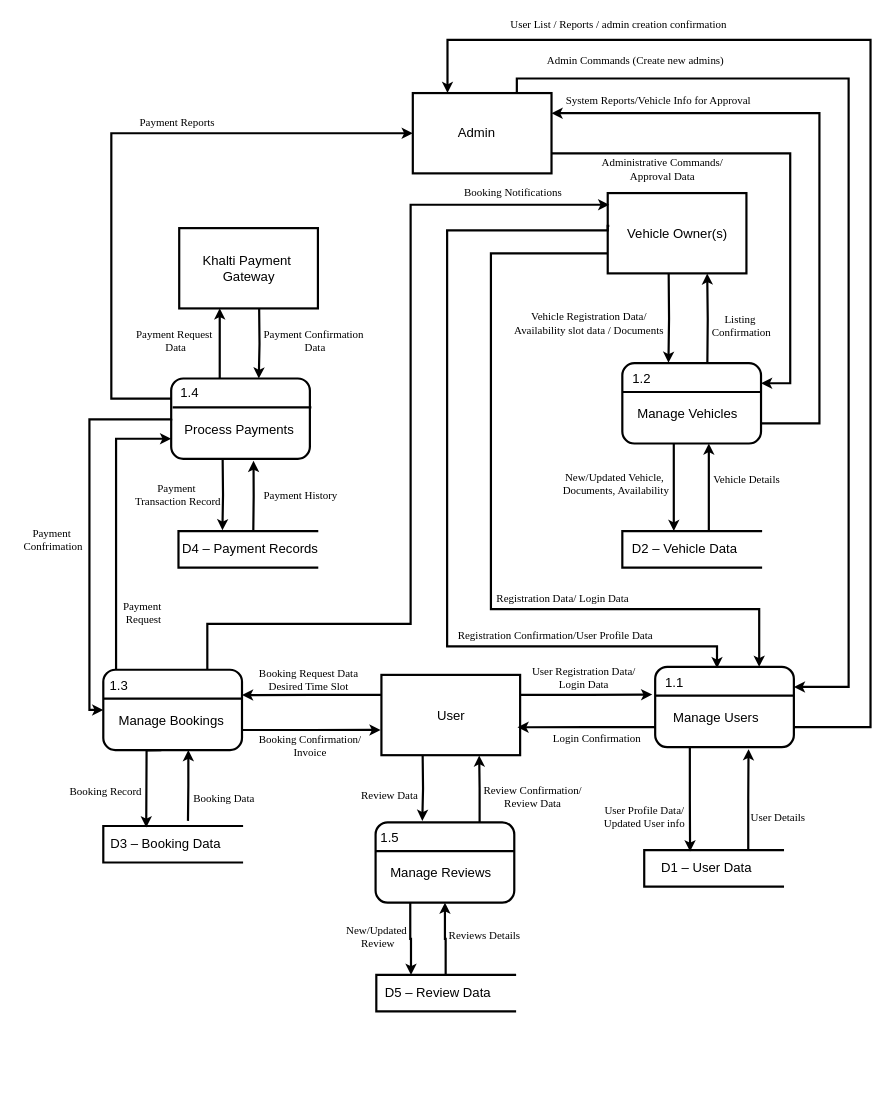
nischal108/RentWheels-4th-sem-project keeps this draw.io diagram as page "Level 0" (2 of 3) of DFD.drawio. Above is the earlier version. Source tidied: cells renumbered, new cells numbered last; positions are measured from the earlier drawing's top-left corner, leaving out a move shared by most shapes. Both pictures are drawn from the tidied source at 73%, with x=0, y=0 at pixel (16, 12).
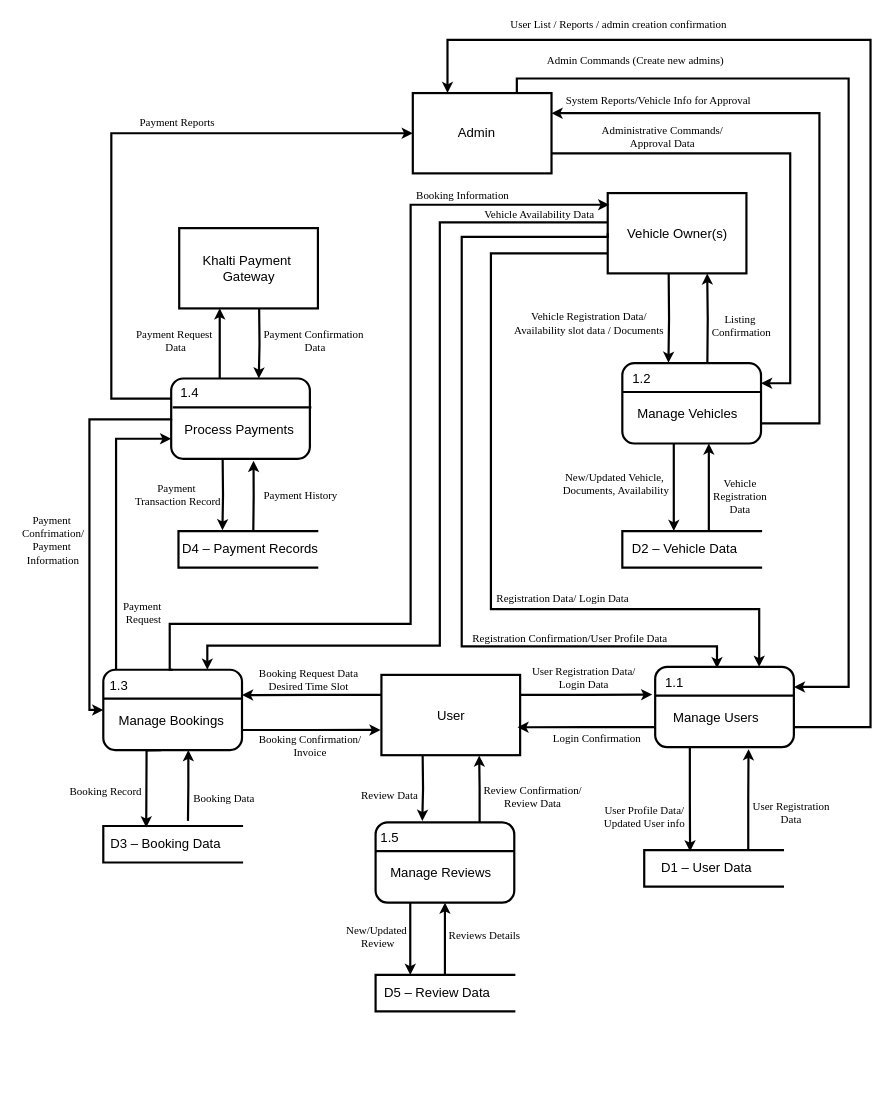
The same diagram, later.

Unchanged cells that the change refers to:
```xml
<mxCell id="13" style="rounded=1;whiteSpace=wrap;html=3;strokeColor=light-dark(#000000,#FFFFFF);strokeWidth=3;" parent="12" vertex="1">
  <mxGeometry width="190" height="110" as="geometry" />
</mxCell>
<mxCell id="41" style="rounded=0;whiteSpace=wrap;html=3;strokeColor=light-dark(#000000,#FFFFFF);strokeWidth=3;" parent="40" vertex="1">
  <mxGeometry width="190" height="110" as="geometry" />
</mxCell>
```

Diff of the diagram source:
```diff
@@
-    <mxCell id="51" value="&lt;font face=&quot;Times New Roman&quot;&gt;&lt;span style=&quot;font-size: 15px;&quot;&gt;User Details&lt;/span&gt;&lt;/font&gt;" style="text;html=1;align=center;verticalAlign=middle;strokeColor=none;fillColor=none;strokeWidth=1;" parent="1" vertex="1">
-      <mxGeometry x="993" y="1086" width="100" height="30" as="geometry" />
+    <mxCell id="51" value="&lt;font face=&quot;Times New Roman&quot;&gt;&lt;span style=&quot;font-size: 15px;&quot;&gt;User Registration&lt;/span&gt;&lt;/font&gt;&lt;div&gt;&lt;font face=&quot;Times New Roman&quot;&gt;&lt;span style=&quot;font-size: 15px;&quot;&gt;Data&lt;/span&gt;&lt;/font&gt;&lt;/div&gt;" style="text;html=1;align=center;verticalAlign=middle;strokeColor=none;fillColor=none;strokeWidth=1;" parent="1" vertex="1">
+      <mxGeometry x="996" y="1071" width="130" height="50" as="geometry" />
     </mxCell>
@@
     <mxCell id="73" value="&lt;font face=&quot;Times New Roman&quot; style=&quot;forced-color-adjust: none; color: rgb(0, 0, 0); font-size: 12px; font-style: normal; font-variant-ligatures: normal; font-variant-caps: normal; font-weight: 400; letter-spacing: normal; orphans: 2; text-align: center; text-indent: 0px; text-transform: none; widows: 2; word-spacing: 0px; -webkit-text-stroke-width: 0px; white-space: nowrap; background-color: rgb(255, 255, 255); text-decoration-thickness: initial; text-decoration-style: initial; text-decoration-color: initial;&quot;&gt;&lt;span style=&quot;forced-color-adjust: none; font-size: 15px;&quot;&gt;Administrative Commands/&lt;/span&gt;&lt;/font&gt;&lt;div style=&quot;forced-color-adjust: none; color: rgb(0, 0, 0); font-family: Helvetica; font-size: 12px; font-style: normal; font-variant-ligatures: normal; font-variant-caps: normal; font-weight: 400; letter-spacing: normal; orphans: 2; text-align: center; text-indent: 0px; text-transform: none; widows: 2; word-spacing: 0px; -webkit-text-stroke-width: 0px; white-space: nowrap; background-color: rgb(255, 255, 255); text-decoration-thickness: initial; text-decoration-style: initial; text-decoration-color: initial;&quot;&gt;&lt;font face=&quot;Times New Roman&quot; style=&quot;forced-color-adjust: none;&quot;&gt;&lt;span style=&quot;forced-color-adjust: none; font-size: 15px;&quot;&gt;Approval Data&lt;/span&gt;&lt;/font&gt;&lt;/div&gt;" style="text;whiteSpace=wrap;html=1;" parent="1" vertex="1">
-      <mxGeometry x="800" y="190" width="200" height="60" as="geometry" />
+      <mxGeometry x="800" y="146" width="200" height="60" as="geometry" />
     </mxCell>
@@
-    <mxCell id="79" value="&lt;font face=&quot;Times New Roman&quot;&gt;&lt;span style=&quot;font-size: 15px;&quot;&gt;Vehicle Details&lt;/span&gt;&lt;/font&gt;" style="text;html=1;align=center;verticalAlign=middle;strokeColor=none;fillColor=none;strokeWidth=1;" parent="1" vertex="1">
-      <mxGeometry x="945" y="624" width="110" height="30" as="geometry" />
+    <mxCell id="79" value="&lt;font face=&quot;Times New Roman&quot;&gt;&lt;span style=&quot;font-size: 15px;&quot;&gt;Vehicle&lt;/span&gt;&lt;/font&gt;&lt;div&gt;&lt;font face=&quot;Times New Roman&quot;&gt;&lt;span style=&quot;font-size: 15px;&quot;&gt;Registration&lt;/span&gt;&lt;/font&gt;&lt;/div&gt;&lt;div&gt;&lt;font face=&quot;Times New Roman&quot;&gt;&lt;span style=&quot;font-size: 15px;&quot;&gt;Data&lt;/span&gt;&lt;/font&gt;&lt;/div&gt;" style="text;html=1;align=center;verticalAlign=middle;strokeColor=none;fillColor=none;strokeWidth=1;" parent="1" vertex="1">
+      <mxGeometry x="941" y="627" width="100" height="70" as="geometry" />
     </mxCell>
@@
-    <mxCell id="82" value="&lt;font face=&quot;Times New Roman&quot;&gt;&lt;span style=&quot;font-size: 15px;&quot;&gt;Payment&amp;nbsp;&lt;/span&gt;&lt;/font&gt;&lt;div&gt;&lt;font face=&quot;Times New Roman&quot;&gt;&lt;span style=&quot;font-size: 15px;&quot;&gt;Confrimation&lt;/span&gt;&lt;/font&gt;&lt;/div&gt;" style="text;html=1;align=center;verticalAlign=middle;strokeColor=none;fillColor=none;strokeWidth=1;" parent="1" vertex="1">
-      <mxGeometry y="697" width="100" height="50" as="geometry" />
+    <mxCell id="82" value="&lt;font face=&quot;Times New Roman&quot;&gt;&lt;span style=&quot;font-size: 15px;&quot;&gt;Payment&amp;nbsp;&lt;/span&gt;&lt;/font&gt;&lt;div&gt;&lt;font face=&quot;Times New Roman&quot;&gt;&lt;span style=&quot;font-size: 15px;&quot;&gt;Confrimation/&lt;/span&gt;&lt;/font&gt;&lt;/div&gt;&lt;div&gt;&lt;font face=&quot;Times New Roman&quot;&gt;&lt;span style=&quot;font-size: 15px;&quot;&gt;Payment&amp;nbsp;&lt;/span&gt;&lt;/font&gt;&lt;/div&gt;&lt;div&gt;&lt;font face=&quot;Times New Roman&quot;&gt;&lt;span style=&quot;font-size: 15px;&quot;&gt;Information&lt;/span&gt;&lt;/font&gt;&lt;/div&gt;" style="text;html=1;align=center;verticalAlign=middle;strokeColor=none;fillColor=none;strokeWidth=1;" parent="1" vertex="1">
+      <mxGeometry x="-5" y="677" width="110" height="90" as="geometry" />
     </mxCell>
@@
     <mxCell id="89" style="group;" parent="1" vertex="1">
-      <mxGeometry x="494" y="1367" width="270" height="110" as="geometry" />
+      <mxGeometry x="493" y="1367" width="270" height="110" as="geometry" />
     </mxCell>
@@
-    <mxCell id="94" style="edgeStyle=orthogonalEdgeStyle;rounded=0;orthogonalLoop=1;jettySize=auto;html=1;exitX=0.011;exitY=0.4;exitDx=0;exitDy=0;entryX=0.446;entryY=0.009;entryDx=0;entryDy=0;entryPerimeter=0;strokeWidth=3;exitPerimeter=0;" parent="1" edge="1">
+    <mxCell id="94" style="edgeStyle=orthogonalEdgeStyle;rounded=0;jettySize=auto;html=1;entryX=0.446;entryY=0.009;entryDx=0;entryDy=0;entryPerimeter=0;strokeWidth=3;exitX=0;exitY=0.5;exitDx=0;exitDy=0;" parent="1" edge="1" source="41">
       <mxGeometry relative="1" as="geometry">
-        <mxPoint x="812.1" y="292" as="sourcePoint" />
         <mxPoint x="959.7" y="898" as="targetPoint" />
         <Array as="points">
-          <mxPoint x="810" y="298" />
-          <mxPoint x="590" y="298" />
-          <mxPoint x="590" y="868" />
+          <mxPoint x="810" y="307" />
+          <mxPoint x="610" y="307" />
+          <mxPoint x="610" y="868" />
           <mxPoint x="960" y="868" />
         </Array>
       </mxGeometry>
     </mxCell>
     <mxCell id="95" value="&lt;font face=&quot;Times New Roman&quot;&gt;&lt;span style=&quot;font-size: 15px;&quot;&gt;Registration Confirmation/User Profile Data&lt;/span&gt;&lt;/font&gt;" style="text;html=1;align=center;verticalAlign=middle;strokeColor=none;fillColor=none;strokeWidth=1;" parent="1" vertex="1">
-      <mxGeometry x="593" y="837" width="290" height="30" as="geometry" />
+      <mxGeometry x="613" y="841" width="290" height="30" as="geometry" />
     </mxCell>
@@
     <mxCell id="99" value="&lt;div style=&quot;text-align: center;&quot;&gt;&lt;font face=&quot;Times New Roman&quot;&gt;&lt;span style=&quot;font-size: 15px; text-wrap-mode: nowrap;&quot;&gt;Admin Commands (Create new admins)&lt;/span&gt;&lt;/font&gt;&lt;/div&gt;" style="text;whiteSpace=wrap;html=1;" parent="1" vertex="1">
-      <mxGeometry x="725" y="50" width="200" height="60" as="geometry" />
+      <mxGeometry x="725" y="50" width="255" height="60" as="geometry" />
     </mxCell>
@@
     <mxCell id="101" value="&lt;div style=&quot;text-align: center;&quot;&gt;&lt;font face=&quot;Times New Roman&quot;&gt;&lt;span style=&quot;font-size: 15px; text-wrap-mode: nowrap;&quot;&gt;User List / Reports / admin creation confirmation&lt;/span&gt;&lt;/font&gt;&lt;/div&gt;" style="text;whiteSpace=wrap;html=1;" parent="1" vertex="1">
-      <mxGeometry x="675" width="200" height="60" as="geometry" />
+      <mxGeometry x="675" width="315" height="60" as="geometry" />
     </mxCell>
-    <mxCell id="102" style="edgeStyle=orthogonalEdgeStyle;rounded=0;jettySize=auto;html=1;exitX=0.75;exitY=0;exitDx=0;exitDy=0;entryX=0.011;entryY=0.145;entryDx=0;entryDy=0;strokeWidth=3;entryPerimeter=0;" parent="1" edge="1" source="13" target="41">
+    <mxCell id="102" style="edgeStyle=orthogonalEdgeStyle;rounded=0;jettySize=auto;html=1;exitX=0.5;exitY=0;exitDx=0;exitDy=0;entryX=0.011;entryY=0.145;entryDx=0;entryDy=0;strokeWidth=3;entryPerimeter=0;" parent="1" edge="1" source="13" target="41">
       <mxGeometry relative="1" as="geometry">
         <Array as="points">
-          <mxPoint x="261" y="837" />
+          <mxPoint x="210" y="900" />
+          <mxPoint x="210" y="837" />
           <mxPoint x="540" y="837" />
           <mxPoint x="540" y="263" />
         </Array>
       </mxGeometry>
     </mxCell>
-    <mxCell id="103" value="&lt;font face=&quot;Times New Roman&quot;&gt;&lt;span style=&quot;font-size: 15px;&quot;&gt;Booking Notifications&lt;/span&gt;&lt;/font&gt;" style="text;html=1;align=center;verticalAlign=middle;strokeColor=none;fillColor=none;strokeWidth=1;" parent="1" vertex="1">
-      <mxGeometry x="600" y="230" width="160" height="30" as="geometry" />
+    <mxCell id="103" value="&lt;font face=&quot;Times New Roman&quot;&gt;&lt;span style=&quot;font-size: 15px;&quot;&gt;Booking Information&lt;/span&gt;&lt;/font&gt;" style="text;html=1;align=center;verticalAlign=middle;strokeColor=none;fillColor=none;strokeWidth=1;" parent="1" vertex="1">
+      <mxGeometry x="536" y="235" width="150" height="30" as="geometry" />
     </mxCell>
@@
+    <mxCell id="114" style="edgeStyle=orthogonalEdgeStyle;rounded=0;jettySize=auto;html=1;exitX=0;exitY=0.364;exitDx=0;exitDy=0;entryX=0.75;entryY=0;entryDx=0;entryDy=0;exitPerimeter=0;strokeWidth=3;" parent="1" edge="1" source="41" target="13">
+      <mxGeometry relative="1" as="geometry">
+        <Array as="points">
+          <mxPoint x="580" y="287" />
+          <mxPoint x="580" y="867" />
+          <mxPoint x="262" y="867" />
+        </Array>
+      </mxGeometry>
+    </mxCell>
+    <mxCell id="115" value="&lt;font face=&quot;Times New Roman&quot;&gt;&lt;span style=&quot;font-size: 15px;&quot;&gt;Vehicle Availability Data&lt;/span&gt;&lt;/font&gt;" style="text;html=1;align=center;verticalAlign=middle;strokeColor=none;fillColor=none;strokeWidth=1;" parent="1" vertex="1">
+      <mxGeometry x="631" y="261" width="170" height="30" as="geometry" />
+    </mxCell>
```
